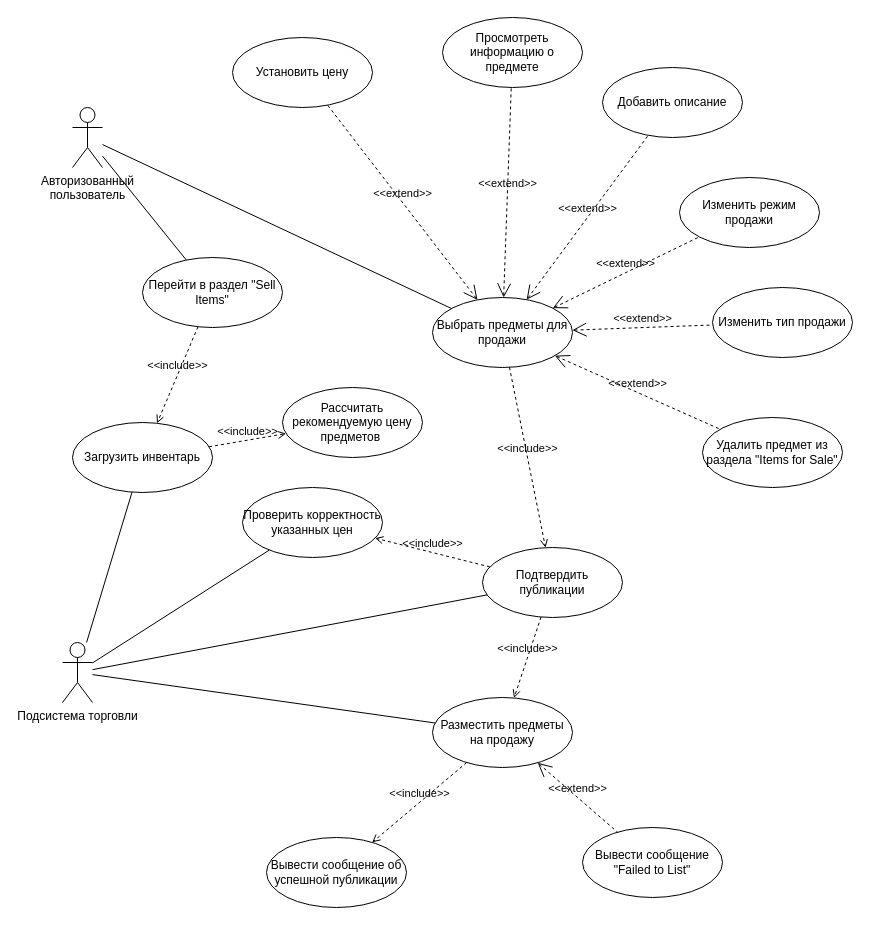
The draw.io diagram Практические работы/Практическая работа 2/Публикация предметов на продажу.drawio in kof3stt/Information_systems_design_MIREA, before the edit. Source tidied: cells renumbered, new cells numbered last; positions are measured from the earlier drawing's top-left corner, leaving out a move shared by most shapes. Both pictures are drawn from the tidied source at 100%, with x=0, y=0 at pixel (62, 17).
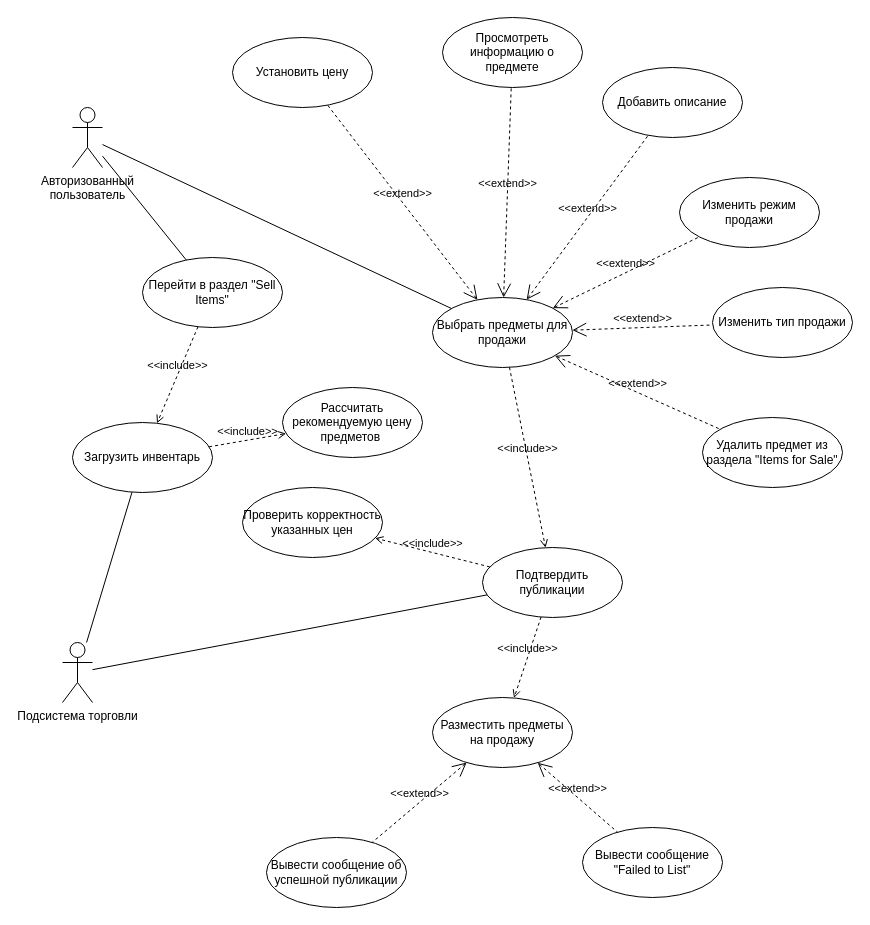
The same page after the edit.

Unchanged cells that the change refers to:
```xml
<mxCell id="7" value="Подсистема торговли" style="shape=umlActor;html=1;verticalLabelPosition=bottom;verticalAlign=top;align=center;" parent="1" vertex="1">
  <mxGeometry y="625" width="30" height="60" as="geometry" />
</mxCell>
<mxCell id="27" value="Проверить корректность указанных цен" style="ellipse;whiteSpace=wrap;html=1;" parent="1" vertex="1">
  <mxGeometry x="180" y="470" width="140" height="70" as="geometry" />
</mxCell>
<mxCell id="30" value="Разместить предметы на продажу" style="ellipse;whiteSpace=wrap;html=1;" parent="1" vertex="1">
  <mxGeometry x="370" y="680" width="140" height="70" as="geometry" />
</mxCell>
<mxCell id="33" value="Вывести сообщение об успешной публикации" style="ellipse;whiteSpace=wrap;html=1;" parent="1" vertex="1">
  <mxGeometry x="204" y="820" width="140" height="70" as="geometry" />
</mxCell>
```

Change to the diagram source:
```diff
@@
-    <mxCell id="28" style="edgeStyle=none;html=1;endArrow=none;verticalAlign=bottom;rounded=0;" parent="1" edge="1" source="7" target="27">
-      <mxGeometry relative="1" as="geometry" />
-    </mxCell>
@@
-    <mxCell id="34" value="&amp;lt;&amp;lt;include&amp;gt;&amp;gt;" style="edgeStyle=none;html=1;endArrow=open;verticalAlign=bottom;dashed=1;labelBackgroundColor=none;rounded=0;" parent="1" edge="1" source="30" target="33">
-      <mxGeometry relative="1" as="geometry" />
-    </mxCell>
-    <mxCell id="35" style="edgeStyle=none;html=1;endArrow=none;verticalAlign=bottom;rounded=0;" parent="1" edge="1" source="7" target="30">
-      <mxGeometry relative="1" as="geometry" />
-    </mxCell>
@@
+    <mxCell id="34" value="&amp;lt;&amp;lt;extend&amp;gt;&amp;gt;" style="edgeStyle=none;html=1;startArrow=open;endArrow=none;startSize=12;verticalAlign=bottom;dashed=1;labelBackgroundColor=none;rounded=0;" parent="1" edge="1" source="30" target="33">
+      <mxGeometry relative="1" as="geometry" />
+    </mxCell>
```
